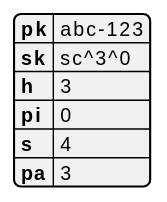
Earlier version of the PlantUML export docs/diagrams/event_score.svg (Evertras/live-leaderboards). Source of this version:
```plantuml
@startyaml

pk: abc-123
sk: sc^3^0
h: 3
pi: 0
s: 4
pa: 3

@endyaml
```
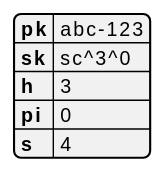
After the change.

What changed in the source:
```diff
@@ -5,6 +5,5 @@
 h: 3
 pi: 0
 s: 4
-pa: 3
 
 @endyaml
```
